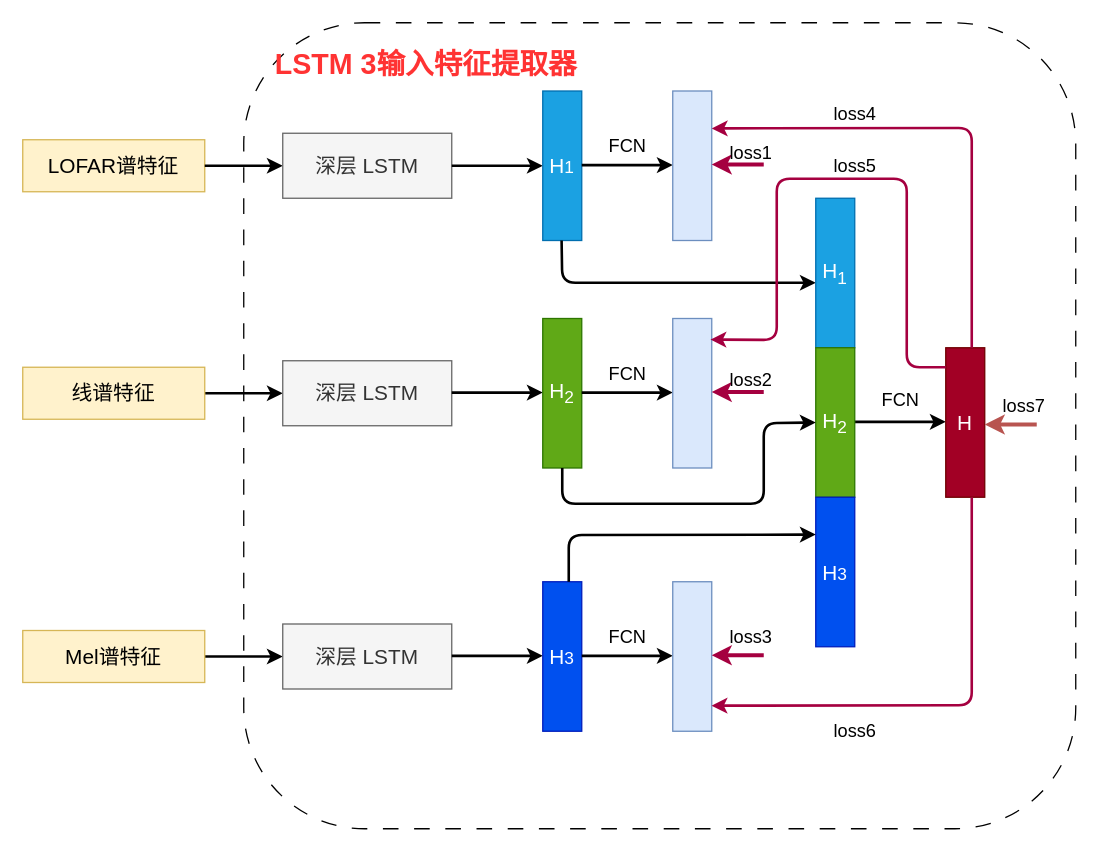
Corner430/drawio keeps this draw.io diagram as page "第 2 页" (2 of 2) of 水下目标提取标书/LSTM特征提取.drawio. Above is the earlier version. Source tidied: cells renumbered, new cells numbered last; positions are measured from the earlier drawing's top-left corner, leaving out a move shared by most shapes. Both pictures are drawn from the tidied source at 130%, with x=0, y=0 at pixel (22, 22).
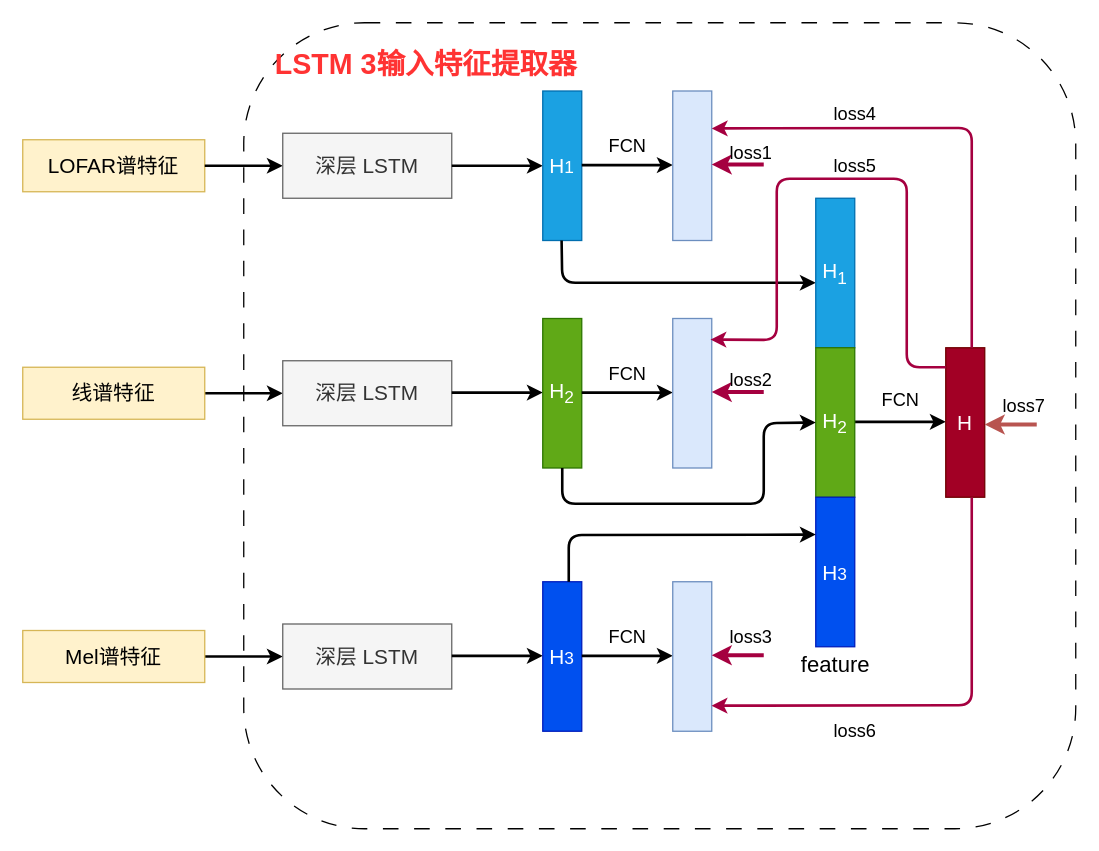
The same diagram, later.

The edit, as a diff of the source:
```diff
@@
+    <mxCell id="51" value="&lt;font style=&quot;font-size: 17px;&quot;&gt;feature&lt;/font&gt;" style="text;html=1;align=center;verticalAlign=middle;strokeColor=none;fillColor=none;" parent="1" vertex="1">
+      <mxGeometry x="585" y="480" width="80" height="30" as="geometry" />
+    </mxCell>
```
